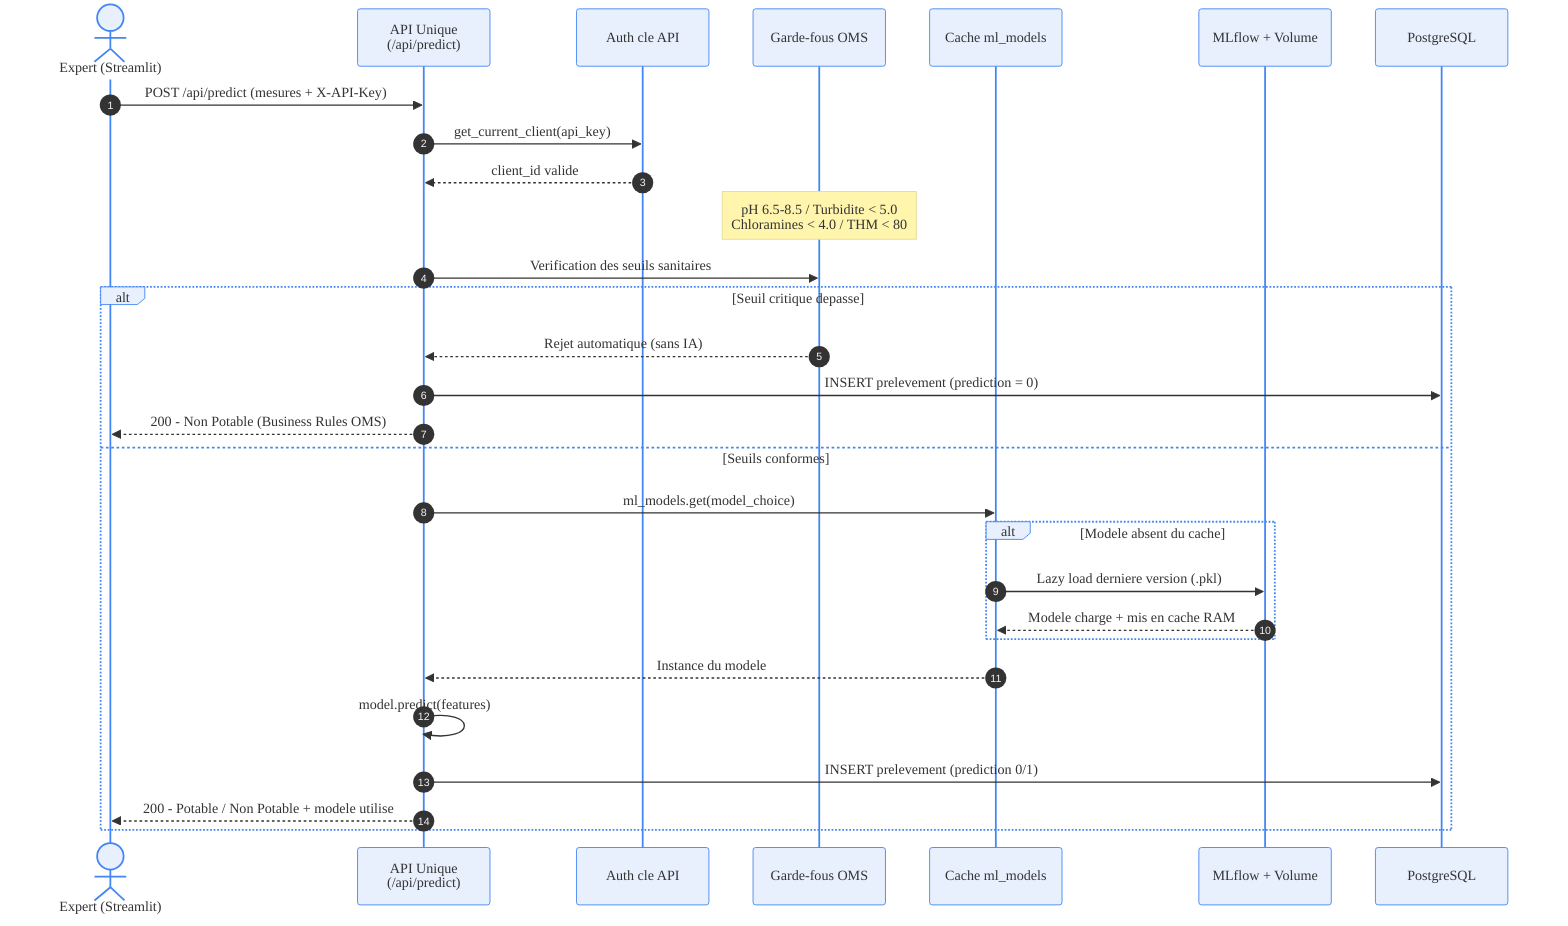
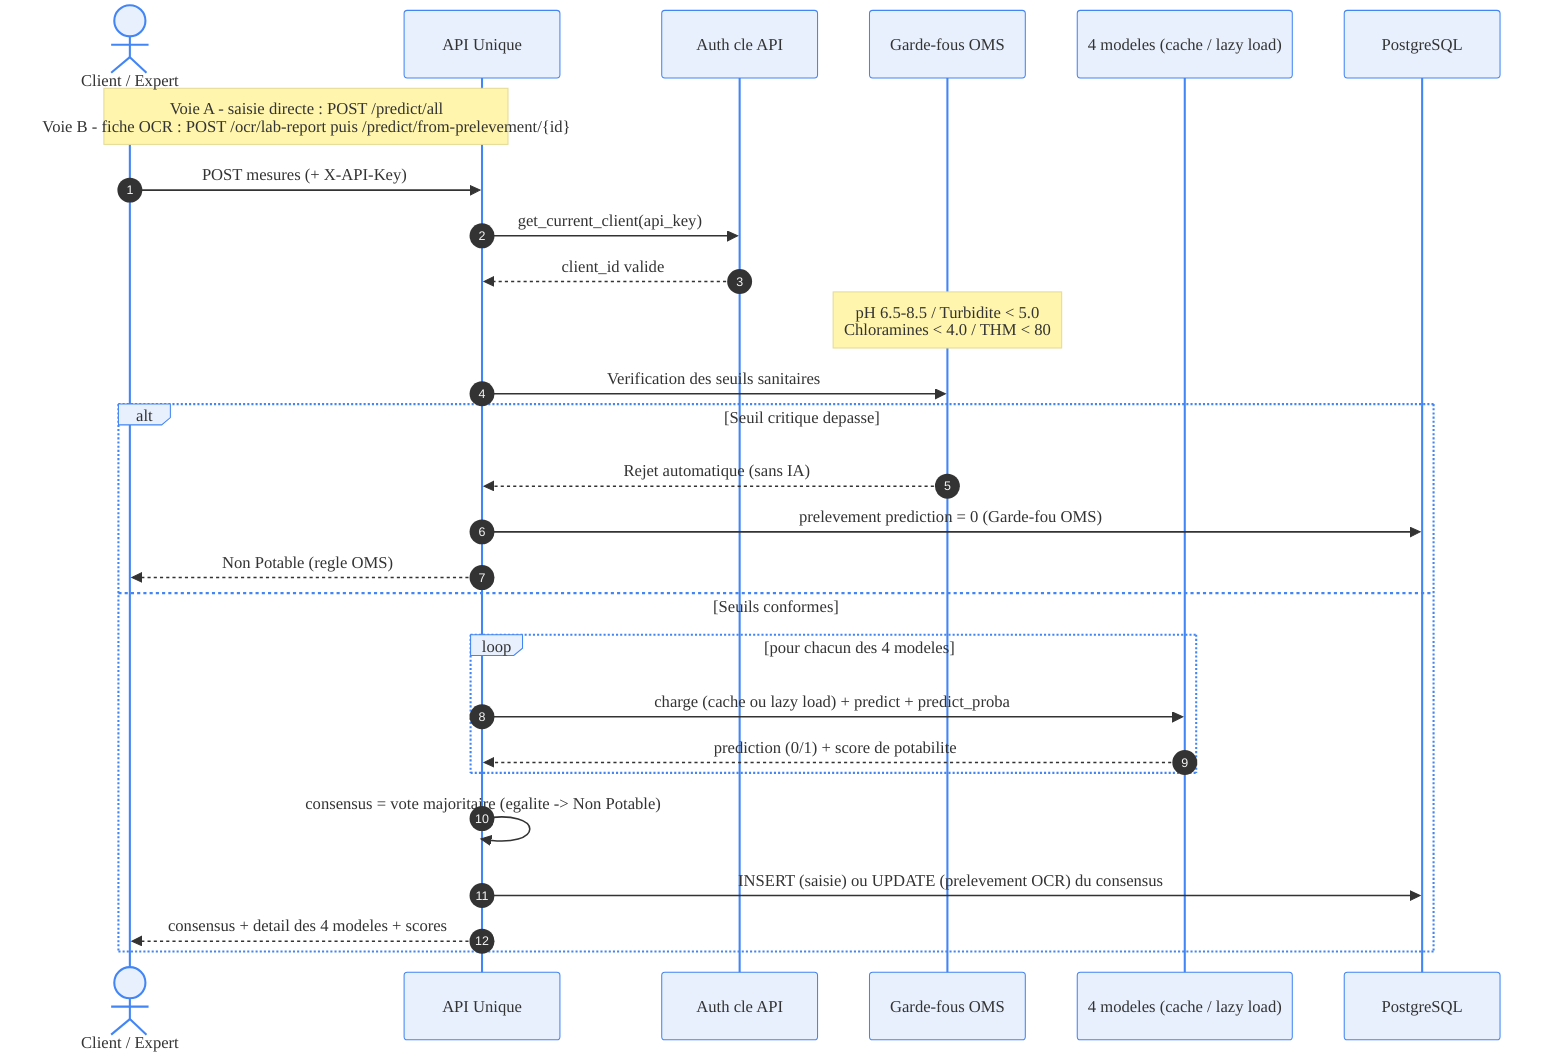
%%{init: {'theme':'base', 'themeVariables': {'fontFamily':'Segoe UI, Helvetica, sans-serif','fontSize':'15px','primaryColor':'#e8f0fe','primaryBorderColor':'#4285f4','actorBkg':'#e8f0fe','actorBorder':'#4285f4'}}}%%
sequenceDiagram
    autonumber
-     actor U as Expert (Streamlit)
-     participant API as API Unique<br/>(/api/predict)
+     actor U as Client / Expert
+     participant API as API Unique
    participant AUTH as Auth cle API
    participant OMS as Garde-fous OMS
-     participant CACHE as Cache ml_models
-     participant ML as MLflow + Volume
+     participant ML as 4 modeles (cache / lazy load)
    participant PG as PostgreSQL

-     U->>API: POST /api/predict (mesures + X-API-Key)
+     Note over U,API: Voie A - saisie directe : POST /predict/all<br/>Voie B - fiche OCR : POST /ocr/lab-report puis /predict/from-prelevement/{id}
+     U->>API: POST mesures (+ X-API-Key)
    API->>AUTH: get_current_client(api_key)
    AUTH-->>API: client_id valide

    Note over OMS: pH 6.5-8.5 / Turbidite < 5.0<br/>Chloramines < 4.0 / THM < 80
    API->>OMS: Verification des seuils sanitaires
    alt Seuil critique depasse
        OMS-->>API: Rejet automatique (sans IA)
-         API->>PG: INSERT prelevement (prediction = 0)
-         API-->>U: 200 - Non Potable (Business Rules OMS)
+         API->>PG: prelevement prediction = 0 (Garde-fou OMS)
+         API-->>U: Non Potable (regle OMS)
    else Seuils conformes
-         API->>CACHE: ml_models.get(model_choice)
-         alt Modele absent du cache
-             CACHE->>ML: Lazy load derniere version (.pkl)
-             ML-->>CACHE: Modele charge + mis en cache RAM
+         loop pour chacun des 4 modeles
+             API->>ML: charge (cache ou lazy load) + predict + predict_proba
+             ML-->>API: prediction (0/1) + score de potabilite
        end
-         CACHE-->>API: Instance du modele
-         API->>API: model.predict(features)
-         API->>PG: INSERT prelevement (prediction 0/1)
-         API-->>U: 200 - Potable / Non Potable + modele utilise
+         API->>API: consensus = vote majoritaire (egalite -> Non Potable)
+         API->>PG: INSERT (saisie) ou UPDATE (prelevement OCR) du consensus
+         API-->>U: consensus + detail des 4 modeles + scores
    end
